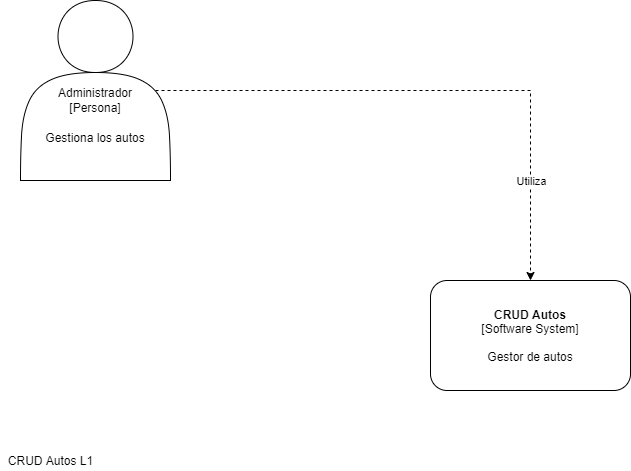
The draw.io diagram crud-autosL1.png in Ja-boop/crud-autos, before a commit. Source tidied: cells renumbered, new cells last; positions are measured from the earlier drawing's top-left corner, leaving out a move shared by most shapes.
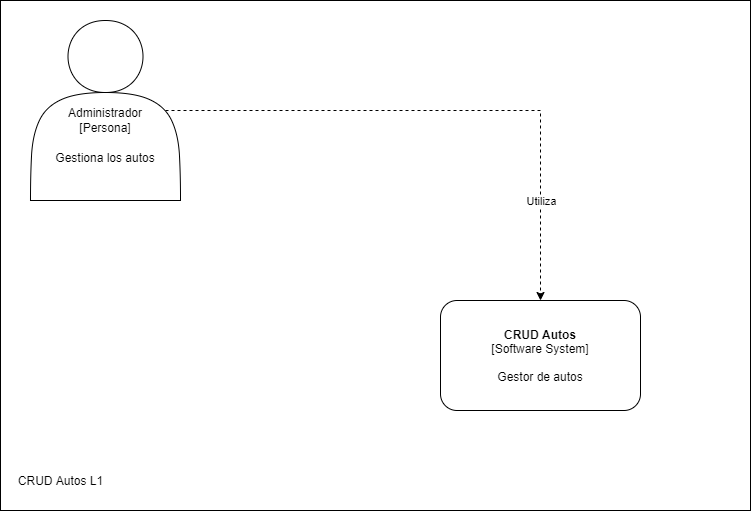
After the change.

Diff of the diagram source:
```diff
@@ -19,5 +19,8 @@
     <mxCell id="6" value="CRUD Autos L1" style="text;html=1;align=center;verticalAlign=middle;" parent="1" vertex="1">
       <mxGeometry y="450" width="100" height="20" as="geometry" />
     </mxCell>
+    <mxCell id="7" style="rounded=0;whiteSpace=wrap;html=1;fillColor=none;" parent="1" vertex="1">
+      <mxGeometry x="-10" y="-20" width="750" height="510" as="geometry" />
+    </mxCell>
   </root>
 </mxGraphModel>
```
